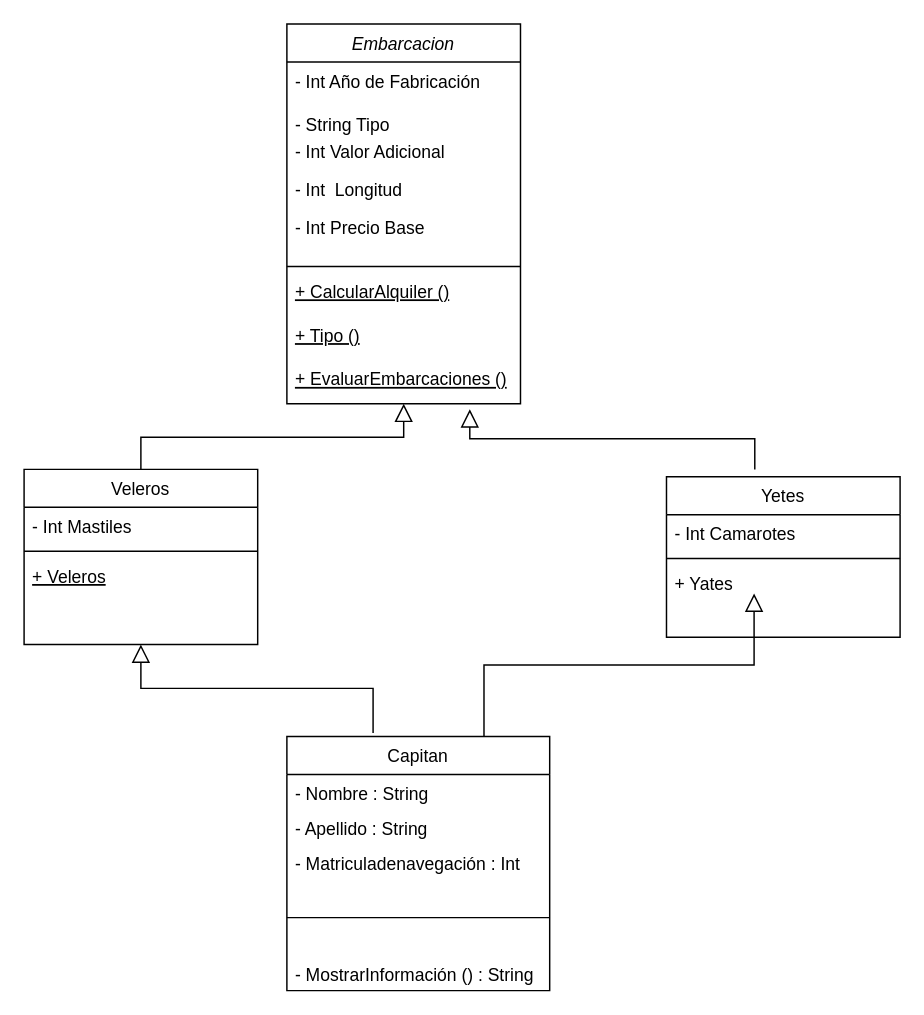
This is Diagrama sin título.drawio from villa08/Trivka, a draw.io file, before an edit. Source tidied: cells renumbered, new cells numbered last; positions are measured from the earlier drawing's top-left corner, leaving out a move shared by most shapes. Both pictures are drawn from the tidied source at 146%, with x=0, y=0 at pixel (23, 23).
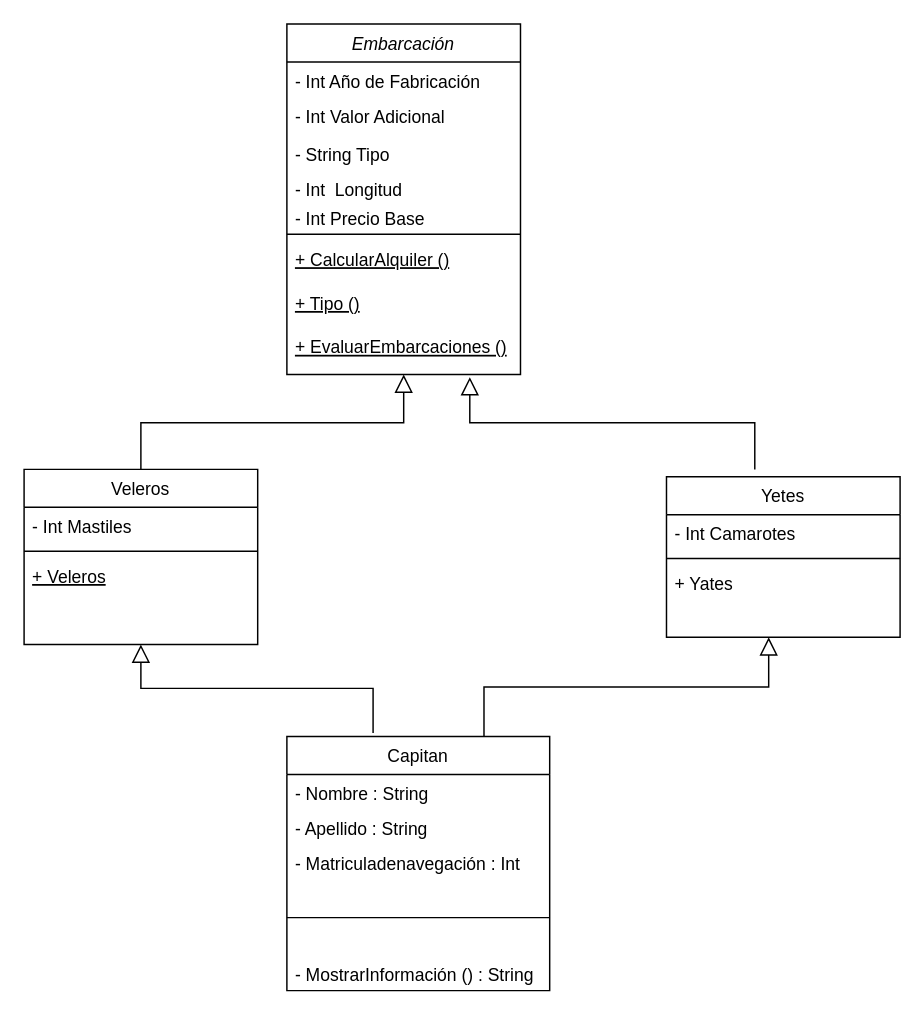
The same page after the edit.

Unchanged cells that the change refers to:
```xml
<mxCell id="17" value="Capitan" style="swimlane;fontStyle=0;align=center;verticalAlign=top;horizontal=1;startSize=26;rounded=0;shadow=0;strokeWidth=1;" parent="1" vertex="1">
  <mxGeometry x="180" y="488" width="180" height="174" as="geometry" />
</mxCell>
```

Diff of the diagram source:
```diff
@@
-    <mxCell id="2" value="Embarcacion" style="swimlane;fontStyle=2;align=center;verticalAlign=top;horizontal=1;startSize=26;rounded=0;shadow=0;strokeWidth=1;" parent="1" vertex="1">
-      <mxGeometry x="180" width="160" height="260" as="geometry" />
+    <mxCell id="2" value="Embarcación" style="swimlane;fontStyle=2;align=center;verticalAlign=top;horizontal=1;startSize=26;rounded=0;shadow=0;strokeWidth=1;" parent="1" vertex="1">
+      <mxGeometry x="180" width="160" height="240" as="geometry" />
     </mxCell>
     <mxCell id="3" value="- Int Año de Fabricación" style="text;align=left;verticalAlign=top;spacingLeft=4;spacingRight=4;overflow=hidden;rounded=0;shadow=0;html=0;" parent="2" vertex="1">
-      <mxGeometry y="26" width="160" height="30" as="geometry" />
+      <mxGeometry y="26" width="160" height="24" as="geometry" />
     </mxCell>
+    <mxCell id="5" value="- Int Valor Adicional" style="text;align=left;verticalAlign=top;spacingLeft=4;spacingRight=4;overflow=hidden;rounded=0;shadow=0;html=0;" parent="2" vertex="1">
+      <mxGeometry y="50" width="160" height="26" as="geometry" />
+    </mxCell>
     <mxCell id="4" value="- String Tipo" style="text;align=left;verticalAlign=top;spacingLeft=4;spacingRight=4;overflow=hidden;" parent="2" vertex="1">
-      <mxGeometry y="56" width="160" height="18" as="geometry" />
+      <mxGeometry y="76" width="160" height="24" as="geometry" />
     </mxCell>
-    <mxCell id="5" value="- Int Valor Adicional" style="text;align=left;verticalAlign=top;spacingLeft=4;spacingRight=4;overflow=hidden;rounded=0;shadow=0;html=0;" parent="2" vertex="1">
-      <mxGeometry y="74" width="160" height="26" as="geometry" />
-    </mxCell>
     <mxCell id="6" value="- Int  Longitud" style="text;align=left;verticalAlign=top;spacingLeft=4;spacingRight=4;overflow=hidden;rounded=0;shadow=0;html=0;" parent="2" vertex="1">
-      <mxGeometry y="100" width="160" height="26" as="geometry" />
+      <mxGeometry y="100" width="160" height="20" as="geometry" />
     </mxCell>
     <mxCell id="7" value="- Int Precio Base" style="text;align=left;verticalAlign=top;spacingLeft=4;spacingRight=4;overflow=hidden;" parent="2" vertex="1">
-      <mxGeometry y="126" width="160" height="36" as="geometry" />
+      <mxGeometry y="120" width="160" height="20" as="geometry" />
     </mxCell>
     <mxCell id="8" style="line;html=1;strokeWidth=1;align=left;verticalAlign=middle;spacingTop=-1;spacingLeft=3;spacingRight=3;labelPosition=right;" parent="2" vertex="1">
-      <mxGeometry y="162" width="160" height="8" as="geometry" />
+      <mxGeometry y="140" width="160" height="8" as="geometry" />
     </mxCell>
     <mxCell id="9" value="+ CalcularAlquiler ()" style="text;align=left;verticalAlign=top;spacingLeft=4;spacingRight=4;overflow=hidden;fontStyle=4;" parent="2" vertex="1">
-      <mxGeometry y="170" width="160" height="30" as="geometry" />
+      <mxGeometry y="148" width="160" height="30" as="geometry" />
     </mxCell>
     <mxCell id="10" value="+ Tipo ()" style="text;align=left;verticalAlign=top;spacingLeft=4;spacingRight=4;overflow=hidden;fontStyle=4;" parent="2" vertex="1">
-      <mxGeometry y="200" width="160" height="30" as="geometry" />
+      <mxGeometry y="178" width="160" height="30" as="geometry" />
     </mxCell>
     <mxCell id="11" value="+ EvaluarEmbarcaciones ()" style="text;align=left;verticalAlign=top;spacingLeft=4;spacingRight=4;overflow=hidden;points=[[0,0.5],[1,0.5]];portConstraint=eastwest;fontStyle=4;" parent="2" vertex="1">
-      <mxGeometry y="230" width="160" height="30" as="geometry" />
+      <mxGeometry y="208" width="160" height="30" as="geometry" />
     </mxCell>
@@
     <mxCell id="23" style="endArrow=block;endSize=10;endFill=0;shadow=0;strokeWidth=1;rounded=0;edgeStyle=elbowEdgeStyle;elbow=vertical;exitX=0.75;exitY=0;exitDx=0;exitDy=0;" parent="1" edge="1" source="17">
       <mxGeometry relative="1" as="geometry">
-        <mxPoint x="500" y="390" as="targetPoint" />
+        <mxPoint x="510" y="420" as="targetPoint" />
       </mxGeometry>
     </mxCell>
```
